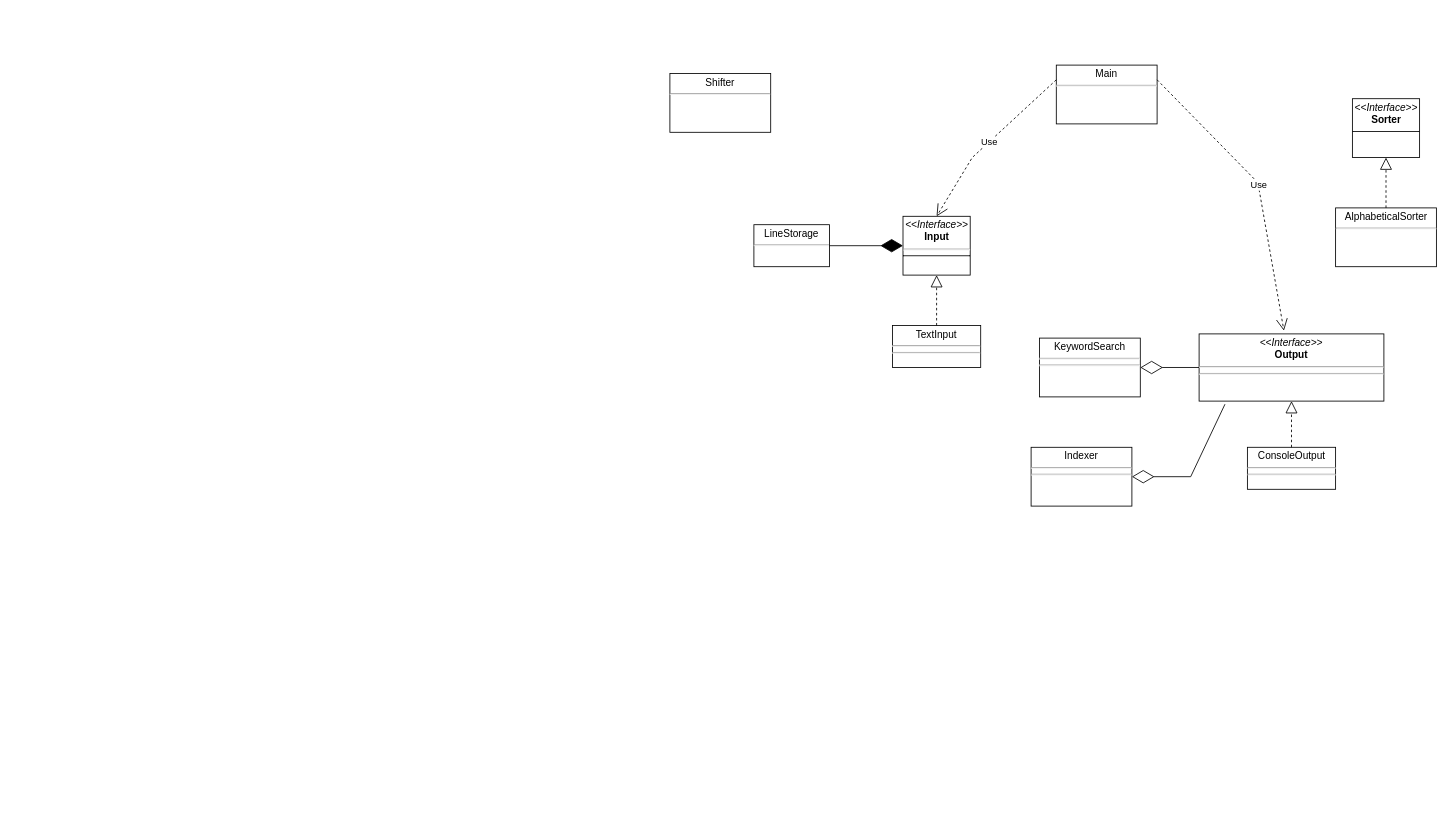
Above: Homework/Homework 1/SE 311 Homework 1 UML.drawio in dragon5201111/Drexel-University-SE-311-Software-Architecture-II (draw.io), before the change. Source tidied: cells renumbered, new cells numbered last; positions are measured from the earlier drawing's top-left corner, leaving out a move shared by most shapes. Both pictures are drawn from the tidied source at 84%, with x=0, y=0 at pixel (669, 65).
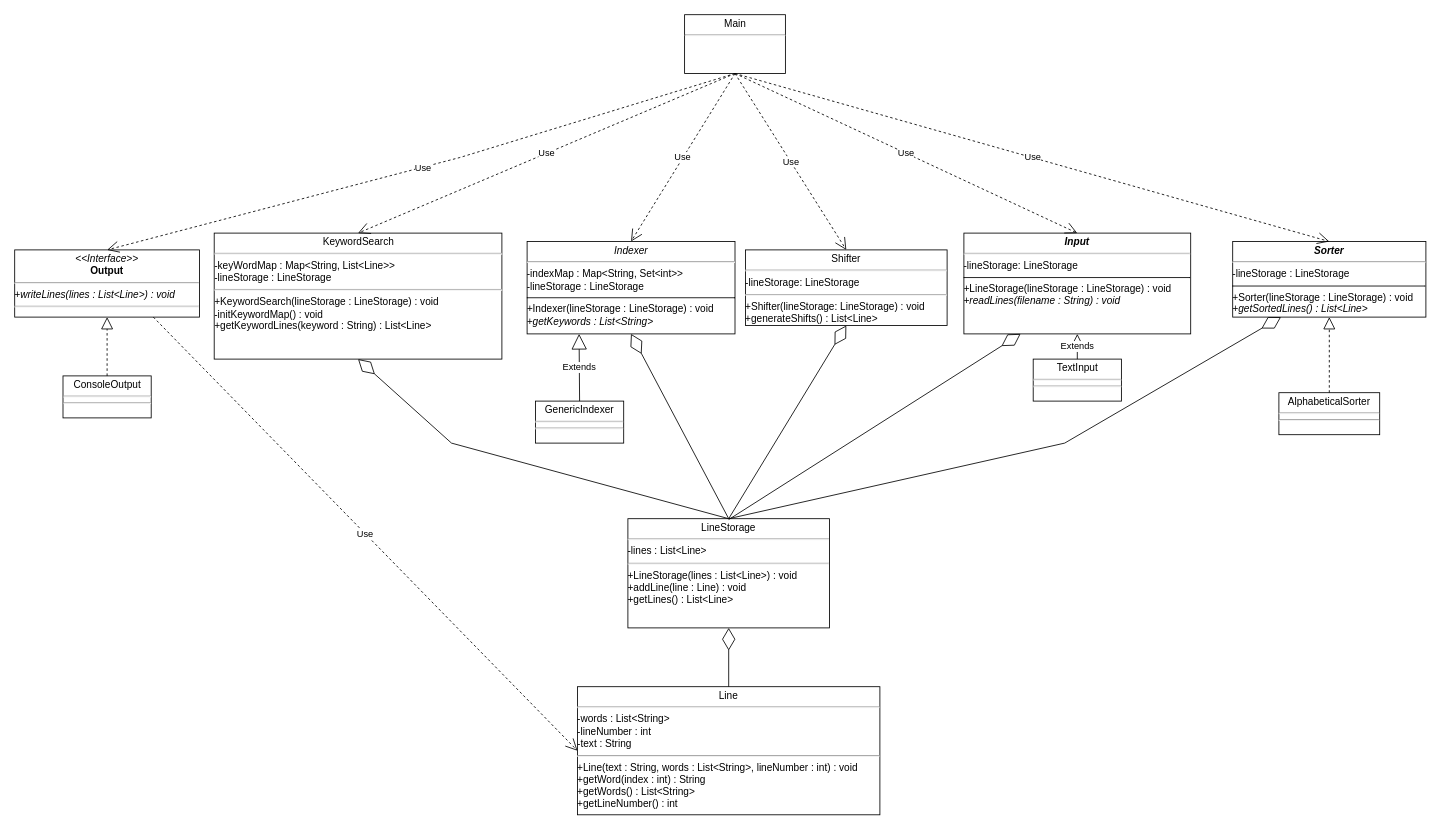
The same diagram, later.

Diff of the diagram source:
```diff
@@
-    <mxCell id="2" value="&lt;p style=&quot;margin:0px;margin-top:4px;text-align:center;&quot;&gt;&lt;i&gt;&amp;lt;&amp;lt;Interface&amp;gt;&amp;gt;&lt;/i&gt;&lt;br&gt;&lt;b&gt;Input&lt;/b&gt;&lt;/p&gt;&lt;hr&gt;&lt;hr size=&quot;1&quot; style=&quot;border-style:solid;&quot;&gt;" style="verticalAlign=top;align=left;overflow=fill;html=1;whiteSpace=wrap;" parent="1" vertex="1">
-      <mxGeometry x="277.5" y="180" width="80" height="70" as="geometry" />
+    <mxCell id="2" value="&lt;p style=&quot;margin:0px;margin-top:4px;text-align:center;&quot;&gt;&lt;b&gt;&lt;i&gt;Input&lt;/i&gt;&lt;/b&gt;&lt;/p&gt;&lt;hr&gt;-lineStorage: LineStorage&lt;br&gt;&lt;hr size=&quot;1&quot; style=&quot;border-style:solid;&quot;&gt;&lt;i&gt;+&lt;/i&gt;LineStorage(lineStorage : LineStorage) : void&lt;br&gt;&lt;div&gt;&lt;i&gt;+readLines(filename : String) : void&lt;/i&gt;&lt;div&gt;&lt;br&gt;&lt;/div&gt;&lt;/div&gt;" style="verticalAlign=top;align=left;overflow=fill;html=1;whiteSpace=wrap;" parent="1" vertex="1">
+      <mxGeometry x="350" y="200" width="270" height="120" as="geometry" />
     </mxCell>
-    <mxCell id="3" value="&lt;p style=&quot;margin:0px;margin-top:4px;text-align:center;&quot;&gt;&lt;i&gt;&amp;lt;&amp;lt;Interface&amp;gt;&amp;gt;&lt;/i&gt;&lt;br&gt;&lt;b&gt;Output&lt;/b&gt;&lt;/p&gt;&lt;hr&gt;&lt;hr&gt;&lt;div&gt;&lt;br&gt;&lt;/div&gt;" style="verticalAlign=top;align=left;overflow=fill;html=1;whiteSpace=wrap;" parent="1" vertex="1">
-      <mxGeometry x="630" y="320" width="220" height="80" as="geometry" />
+    <mxCell id="3" value="&lt;p style=&quot;margin:0px;margin-top:4px;text-align:center;&quot;&gt;&lt;i&gt;&amp;lt;&amp;lt;Interface&amp;gt;&amp;gt;&lt;/i&gt;&lt;br&gt;&lt;b&gt;Output&lt;/b&gt;&lt;/p&gt;&lt;hr&gt;&lt;i&gt;+writeLines(lines : List&amp;lt;Line&amp;gt;) : void&lt;br&gt;&lt;/i&gt;&lt;hr&gt;&lt;div&gt;&lt;br&gt;&lt;/div&gt;" style="verticalAlign=top;align=left;overflow=fill;html=1;whiteSpace=wrap;" parent="1" vertex="1">
+      <mxGeometry x="-780" y="220" width="220" height="80" as="geometry" />
     </mxCell>
     <mxCell id="4" value="&lt;p style=&quot;margin:0px;margin-top:4px;text-align:center;&quot;&gt;TextInput&lt;/p&gt;&lt;hr&gt;&lt;hr&gt;" style="verticalAlign=top;align=left;overflow=fill;html=1;whiteSpace=wrap;" parent="1" vertex="1">
-      <mxGeometry x="265" y="310" width="105" height="50" as="geometry" />
+      <mxGeometry x="432.5" y="350" width="105" height="50" as="geometry" />
     </mxCell>
-    <mxCell id="5" style="endArrow=block;dashed=1;endFill=0;endSize=12;html=1;rounded=0;exitX=0.5;exitY=0;exitDx=0;exitDy=0;entryX=0.5;entryY=1;entryDx=0;entryDy=0;" parent="1" edge="1" source="4" target="2">
-      <mxGeometry relative="1" as="geometry" />
-    </mxCell>
     <mxCell id="6" value="&lt;p style=&quot;margin:0px;margin-top:4px;text-align:center;&quot;&gt;ConsoleOutput&lt;/p&gt;&lt;hr&gt;&lt;hr&gt;" style="verticalAlign=top;align=left;overflow=fill;html=1;whiteSpace=wrap;" parent="1" vertex="1">
-      <mxGeometry x="687.5" y="455" width="105" height="50" as="geometry" />
+      <mxGeometry x="-722.5" y="370" width="105" height="50" as="geometry" />
     </mxCell>
-    <mxCell id="7" value="&lt;p style=&quot;margin:0px;margin-top:4px;text-align:center;&quot;&gt;&lt;i&gt;&amp;lt;&amp;lt;Interface&amp;gt;&amp;gt;&lt;/i&gt;&lt;br&gt;&lt;b&gt;Sorter&lt;/b&gt;&lt;/p&gt;&lt;hr size=&quot;1&quot; style=&quot;border-style:solid;&quot;&gt;" style="verticalAlign=top;align=left;overflow=fill;html=1;whiteSpace=wrap;" parent="1" vertex="1">
-      <mxGeometry x="812.5" y="40" width="80" height="70" as="geometry" />
+    <mxCell id="7" value="&lt;p style=&quot;margin:0px;margin-top:4px;text-align:center;&quot;&gt;&lt;b&gt;&lt;i&gt;Sorter&lt;/i&gt;&lt;/b&gt;&lt;/p&gt;&lt;hr&gt;-lineStorage : LineStorage&lt;br&gt;&lt;hr size=&quot;1&quot; style=&quot;border-style:solid;&quot;&gt;+Sorter(lineStorage : LineStorage) : void&lt;div&gt;&lt;i&gt;+getSortedLines() : List&amp;lt;Line&amp;gt;&lt;/i&gt;&lt;/div&gt;" style="verticalAlign=top;align=left;overflow=fill;html=1;whiteSpace=wrap;" parent="1" vertex="1">
+      <mxGeometry x="670" y="210" width="230" height="90" as="geometry" />
     </mxCell>
-    <mxCell id="8" value="&lt;p style=&quot;margin:0px;margin-top:4px;text-align:center;&quot;&gt;AlphabeticalSorter&lt;/p&gt;&lt;hr&gt;" style="verticalAlign=top;align=left;overflow=fill;html=1;whiteSpace=wrap;" parent="1" vertex="1">
-      <mxGeometry x="792.5" y="170" width="120" height="70" as="geometry" />
+    <mxCell id="8" value="&lt;p style=&quot;margin:0px;margin-top:4px;text-align:center;&quot;&gt;AlphabeticalSorter&lt;/p&gt;&lt;hr&gt;&lt;hr&gt;" style="verticalAlign=top;align=left;overflow=fill;html=1;whiteSpace=wrap;" parent="1" vertex="1">
+      <mxGeometry x="725" y="390" width="120" height="50" as="geometry" />
     </mxCell>
@@
-    <mxCell id="10" value="&lt;p style=&quot;margin:0px;margin-top:4px;text-align:center;&quot;&gt;Shifter&lt;/p&gt;&lt;hr&gt;" style="verticalAlign=top;align=left;overflow=fill;html=1;whiteSpace=wrap;" parent="1" vertex="1">
-      <mxGeometry y="10" width="120" height="70" as="geometry" />
+    <mxCell id="10" value="&lt;p style=&quot;margin:0px;margin-top:4px;text-align:center;&quot;&gt;Shifter&lt;/p&gt;&lt;hr&gt;-lineStorage: LineStorage&lt;hr&gt;+Shifter(lineStorage: LineStorage) : void&lt;br&gt;&lt;div&gt;+generateShifts() : List&amp;lt;Line&amp;gt;&lt;/div&gt;" style="verticalAlign=top;align=left;overflow=fill;html=1;whiteSpace=wrap;" parent="1" vertex="1">
+      <mxGeometry x="90" y="220" width="240" height="90" as="geometry" />
     </mxCell>
-    <mxCell id="11" value="&lt;p style=&quot;margin:0px;margin-top:4px;text-align:center;&quot;&gt;Indexer&lt;/p&gt;&lt;hr&gt;&lt;hr&gt;" style="verticalAlign=top;align=left;overflow=fill;html=1;whiteSpace=wrap;" parent="1" vertex="1">
-      <mxGeometry x="430" y="455" width="120" height="70" as="geometry" />
-    </mxCell>
-    <mxCell id="12" value="&lt;p style=&quot;margin:0px;margin-top:4px;text-align:center;&quot;&gt;KeywordSearch&lt;/p&gt;&lt;hr&gt;&lt;hr&gt;" style="verticalAlign=top;align=left;overflow=fill;html=1;whiteSpace=wrap;" parent="1" vertex="1">
-      <mxGeometry x="440" y="325" width="120" height="70" as="geometry" />
+    <mxCell id="12" value="&lt;p style=&quot;margin:0px;margin-top:4px;text-align:center;&quot;&gt;KeywordSearch&lt;/p&gt;&lt;hr&gt;-keyWordMap : Map&amp;lt;String, List&amp;lt;Line&amp;gt;&amp;gt;&lt;div&gt;&lt;span style=&quot;background-color: transparent; color: light-dark(rgb(0, 0, 0), rgb(255, 255, 255));&quot;&gt;-lineStorage : LineStorage&lt;/span&gt;&lt;/div&gt;&lt;div&gt;&lt;hr&gt;+KeywordSearch(lineStorage : LineStorage) : void&lt;/div&gt;&lt;div&gt;-initKeywordMap() : void&lt;/div&gt;&lt;div&gt;+getKeywordLines(keyword : String) : List&amp;lt;Line&amp;gt;&lt;/div&gt;" style="verticalAlign=top;align=left;overflow=fill;html=1;whiteSpace=wrap;" parent="1" vertex="1">
+      <mxGeometry x="-542.5" y="200" width="342.5" height="150" as="geometry" />
     </mxCell>
-    <mxCell id="13" value="&lt;p style=&quot;margin:0px;margin-top:4px;text-align:center;&quot;&gt;LineStorage&lt;/p&gt;&lt;hr&gt;" style="verticalAlign=top;align=left;overflow=fill;html=1;whiteSpace=wrap;" parent="1" vertex="1">
-      <mxGeometry x="100" y="190" width="90" height="50" as="geometry" />
+    <mxCell id="13" value="&lt;p style=&quot;margin:0px;margin-top:4px;text-align:center;&quot;&gt;LineStorage&lt;/p&gt;&lt;hr&gt;-lines : List&amp;lt;Line&amp;gt;&lt;br&gt;&lt;hr&gt;+LineStorage(lines : List&amp;lt;Line&amp;gt;) : void&lt;div&gt;+addLine(line : Line) : void&lt;br&gt;&lt;div&gt;+getLines() : List&amp;lt;Line&amp;gt;&lt;/div&gt;&lt;div&gt;&lt;div&gt;&lt;br&gt;&lt;/div&gt;&lt;/div&gt;&lt;/div&gt;" style="verticalAlign=top;align=left;overflow=fill;html=1;whiteSpace=wrap;" parent="1" vertex="1">
+      <mxGeometry x="-50" y="540" width="240" height="130" as="geometry" />
     </mxCell>
-    <mxCell id="14" style="endArrow=diamondThin;endFill=0;endSize=24;html=1;rounded=0;entryX=1;entryY=0.5;entryDx=0;entryDy=0;exitX=0;exitY=0.5;exitDx=0;exitDy=0;" parent="1" edge="1" source="3" target="12">
-      <mxGeometry relative="1" as="geometry" />
-    </mxCell>
-    <mxCell id="15" style="endArrow=diamondThin;endFill=0;endSize=24;html=1;rounded=0;entryX=1;entryY=0.5;entryDx=0;entryDy=0;exitX=0.14;exitY=1.046;exitDx=0;exitDy=0;exitPerimeter=0;" parent="1" edge="1" source="3" target="11">
-      <mxGeometry relative="1" as="geometry">
-        <Array as="points">
-          <mxPoint x="620" y="490" />
-        </Array>
-      </mxGeometry>
-    </mxCell>
@@
     <mxCell id="17" value="&lt;p style=&quot;margin:0px;margin-top:4px;text-align:center;&quot;&gt;Main&lt;/p&gt;&lt;hr&gt;" style="verticalAlign=top;align=left;overflow=fill;html=1;whiteSpace=wrap;" parent="1" vertex="1">
-      <mxGeometry x="460" width="120" height="70" as="geometry" />
+      <mxGeometry x="17.5" y="-60" width="120" height="70" as="geometry" />
     </mxCell>
+    <mxCell id="21" value="&lt;p style=&quot;margin:0px;margin-top:4px;text-align:center;&quot;&gt;&lt;i style=&quot;&quot;&gt;Indexer&lt;/i&gt;&lt;/p&gt;&lt;hr&gt;-indexMap : Map&amp;lt;String, Set&amp;lt;int&amp;gt;&amp;gt;&lt;div&gt;-lineStorage : LineStorage&lt;br&gt;&lt;hr size=&quot;1&quot; style=&quot;border-style:solid;&quot;&gt;&lt;i&gt;+&lt;/i&gt;Indexer(lineStorage : LineStorage) : void&lt;/div&gt;&lt;div&gt;&lt;i&gt;+getKeywords : List&amp;lt;String&amp;gt;&lt;/i&gt;&lt;/div&gt;" style="verticalAlign=top;align=left;overflow=fill;html=1;whiteSpace=wrap;" parent="1" vertex="1">
+      <mxGeometry x="-170" y="210" width="247.5" height="110" as="geometry" />
+    </mxCell>
+    <mxCell id="22" value="&lt;p style=&quot;margin:0px;margin-top:4px;text-align:center;&quot;&gt;GenericIndexer&lt;/p&gt;&lt;hr&gt;&lt;hr&gt;" style="verticalAlign=top;align=left;overflow=fill;html=1;whiteSpace=wrap;" parent="1" vertex="1">
+      <mxGeometry x="-160" y="400" width="105" height="50" as="geometry" />
+    </mxCell>
+    <mxCell id="23" value="Extends" style="endArrow=block;endSize=16;endFill=0;html=1;rounded=0;exitX=0.5;exitY=0;exitDx=0;exitDy=0;entryX=0.25;entryY=1;entryDx=0;entryDy=0;" parent="1" edge="1" source="22" target="21">
+      <mxGeometry relative="1" as="geometry" />
+    </mxCell>
+    <mxCell id="24" value="&lt;p style=&quot;margin:0px;margin-top:4px;text-align:center;&quot;&gt;Line&lt;/p&gt;&lt;hr&gt;-words : List&amp;lt;String&amp;gt;&lt;div&gt;-lineNumber : int&lt;/div&gt;&lt;div&gt;-text : String&lt;/div&gt;&lt;div&gt;&lt;div&gt;&lt;hr&gt;+Line(text : String, words : List&amp;lt;String&amp;gt;, lineNumber : int) : void&lt;/div&gt;&lt;/div&gt;&lt;div&gt;+getWord(index : int) : String&lt;/div&gt;&lt;div&gt;+getWords() : List&amp;lt;String&amp;gt;&lt;/div&gt;&lt;div&gt;+getLineNumber() : int&lt;/div&gt;" style="verticalAlign=top;align=left;overflow=fill;html=1;whiteSpace=wrap;" parent="1" vertex="1">
+      <mxGeometry x="-110" y="740" width="360" height="152.5" as="geometry" />
+    </mxCell>
+    <mxCell id="25" style="endArrow=diamondThin;endFill=0;endSize=24;html=1;rounded=0;exitX=0.5;exitY=0;exitDx=0;exitDy=0;entryX=0.5;entryY=1;entryDx=0;entryDy=0;" parent="1" edge="1" source="24" target="13">
+      <mxGeometry relative="1" as="geometry" />
+    </mxCell>
+    <mxCell id="26" value="Use" style="endArrow=open;endSize=12;dashed=1;html=1;rounded=0;exitX=0.75;exitY=1;exitDx=0;exitDy=0;entryX=0;entryY=0.5;entryDx=0;entryDy=0;" parent="1" edge="1" source="3" target="24">
+      <mxGeometry relative="1" as="geometry" />
+    </mxCell>
+    <mxCell id="27" style="endArrow=diamondThin;endFill=0;endSize=24;html=1;rounded=0;exitX=0.5;exitY=0;exitDx=0;exitDy=0;entryX=0.5;entryY=1;entryDx=0;entryDy=0;" parent="1" edge="1" source="13" target="10">
+      <mxGeometry relative="1" as="geometry" />
+    </mxCell>
+    <mxCell id="28" style="endArrow=diamondThin;endFill=0;endSize=24;html=1;rounded=0;entryX=0.25;entryY=1;entryDx=0;entryDy=0;" parent="1" edge="1" target="2">
+      <mxGeometry relative="1" as="geometry">
+        <mxPoint x="70" y="541" as="sourcePoint" />
+      </mxGeometry>
+    </mxCell>
+    <mxCell id="29" style="endArrow=diamondThin;endFill=0;endSize=24;html=1;rounded=0;entryX=0.5;entryY=1;entryDx=0;entryDy=0;exitX=0.5;exitY=0;exitDx=0;exitDy=0;" parent="1" edge="1" source="13" target="12">
+      <mxGeometry relative="1" as="geometry">
+        <Array as="points">
+          <mxPoint x="-260" y="450" />
+        </Array>
+      </mxGeometry>
+    </mxCell>
+    <mxCell id="30" style="endArrow=diamondThin;endFill=0;endSize=24;html=1;rounded=0;entryX=0.5;entryY=1;entryDx=0;entryDy=0;exitX=0.5;exitY=0;exitDx=0;exitDy=0;" parent="1" edge="1" source="13" target="21">
+      <mxGeometry relative="1" as="geometry" />
+    </mxCell>
+    <mxCell id="5" value="Extends" style="endArrow=block;endSize=16;endFill=0;html=1;rounded=0;exitX=0.5;exitY=0;exitDx=0;exitDy=0;entryX=0.5;entryY=1;entryDx=0;entryDy=0;" parent="1" edge="1" source="4" target="2">
+      <mxGeometry relative="1" as="geometry" />
+    </mxCell>
+    <mxCell id="31" value="Use" style="endArrow=open;endSize=12;dashed=1;html=1;rounded=0;exitX=0.5;exitY=1;exitDx=0;exitDy=0;entryX=0.5;entryY=0;entryDx=0;entryDy=0;" parent="1" edge="1" source="17" target="21">
+      <mxGeometry relative="1" as="geometry" />
+    </mxCell>
+    <mxCell id="32" value="Use" style="endArrow=open;endSize=12;dashed=1;html=1;rounded=0;entryX=0.5;entryY=0;entryDx=0;entryDy=0;exitX=0.5;exitY=1;exitDx=0;exitDy=0;" parent="1" edge="1" source="17" target="12">
+      <mxGeometry relative="1" as="geometry" />
+    </mxCell>
+    <mxCell id="33" value="Use" style="endArrow=open;endSize=12;dashed=1;html=1;rounded=0;exitX=0.5;exitY=1;exitDx=0;exitDy=0;entryX=0.5;entryY=0;entryDx=0;entryDy=0;" parent="1" edge="1" source="17" target="10">
+      <mxGeometry relative="1" as="geometry" />
+    </mxCell>
+    <mxCell id="19" value="Use" style="endArrow=open;endSize=12;dashed=1;html=1;rounded=0;exitX=0.5;exitY=1;exitDx=0;exitDy=0;entryX=0.5;entryY=0;entryDx=0;entryDy=0;" parent="1" edge="1" source="17" target="2">
+      <mxGeometry relative="1" as="geometry" />
+    </mxCell>
+    <mxCell id="34" value="Use" style="endArrow=open;endSize=12;dashed=1;html=1;rounded=0;exitX=0.5;exitY=1;exitDx=0;exitDy=0;entryX=0.5;entryY=0;entryDx=0;entryDy=0;" parent="1" edge="1" source="17" target="7">
+      <mxGeometry relative="1" as="geometry" />
+    </mxCell>
+    <mxCell id="35" style="endArrow=diamondThin;endFill=0;endSize=24;html=1;rounded=0;exitX=0.5;exitY=0;exitDx=0;exitDy=0;entryX=0.25;entryY=1;entryDx=0;entryDy=0;" parent="1" edge="1" source="13" target="7">
+      <mxGeometry relative="1" as="geometry">
+        <Array as="points">
+          <mxPoint x="470" y="450" />
+        </Array>
+      </mxGeometry>
+    </mxCell>
-    <mxCell id="18" value="Use" style="endArrow=open;endSize=12;dashed=1;html=1;rounded=0;exitX=1;exitY=0.25;exitDx=0;exitDy=0;entryX=0.459;entryY=-0.047;entryDx=0;entryDy=0;entryPerimeter=0;" parent="1" edge="1" source="17" target="3">
+    <mxCell id="18" value="Use" style="endArrow=open;endSize=12;dashed=1;html=1;rounded=0;entryX=0.5;entryY=0;entryDx=0;entryDy=0;exitX=0.5;exitY=1;exitDx=0;exitDy=0;" parent="1" edge="1" source="17" target="3">
       <mxGeometry relative="1" as="geometry">
         <Array as="points">
-          <mxPoint x="700" y="140" />
+          <mxPoint x="-250" y="110" />
         </Array>
       </mxGeometry>
     </mxCell>
-    <mxCell id="19" value="Use" style="endArrow=open;endSize=12;dashed=1;html=1;rounded=0;exitX=0;exitY=0.25;exitDx=0;exitDy=0;entryX=0.5;entryY=0;entryDx=0;entryDy=0;" parent="1" edge="1" source="17" target="2">
-      <mxGeometry relative="1" as="geometry">
-        <Array as="points">
-          <mxPoint x="360" y="110" />
-        </Array>
-      </mxGeometry>
-    </mxCell>
-    <mxCell id="20" style="endArrow=diamondThin;endFill=1;endSize=24;html=1;rounded=0;exitX=1;exitY=0.5;exitDx=0;exitDy=0;entryX=0;entryY=0.5;entryDx=0;entryDy=0;" parent="1" edge="1" source="13" target="2">
-      <mxGeometry relative="1" as="geometry" />
-    </mxCell>
```
